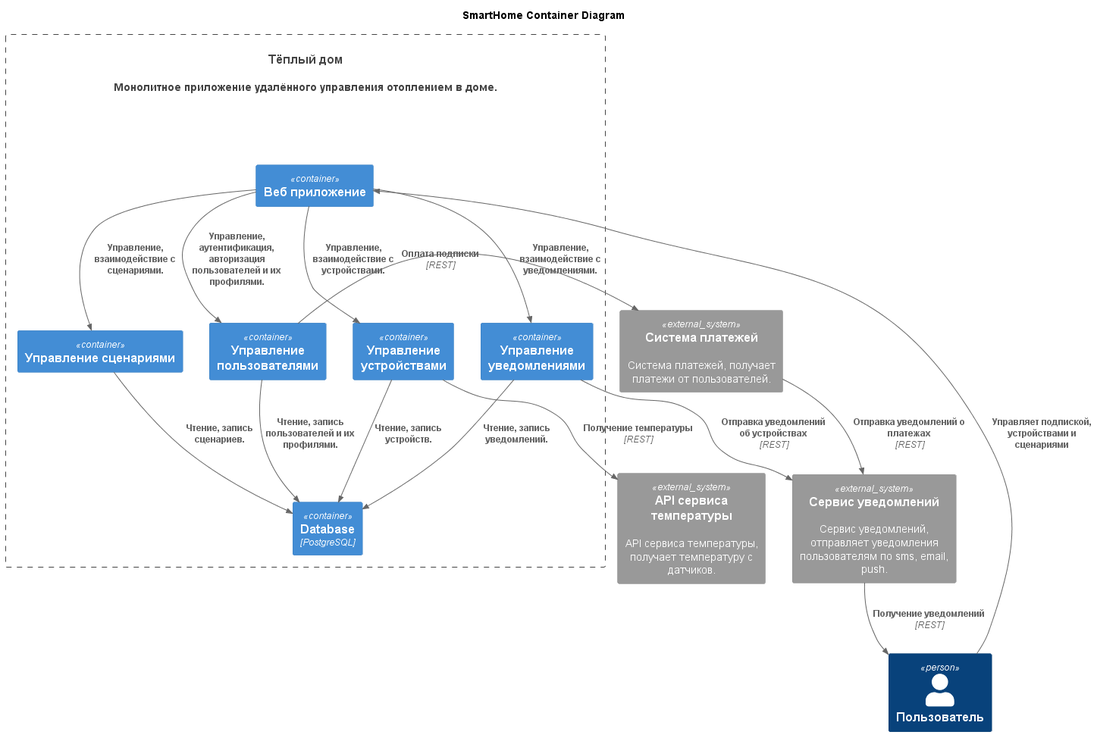
Before: apps/diagrams/container/container.png, a diagram exported from PlantUML (yaspichihin/ydx_arch_sprint_1).
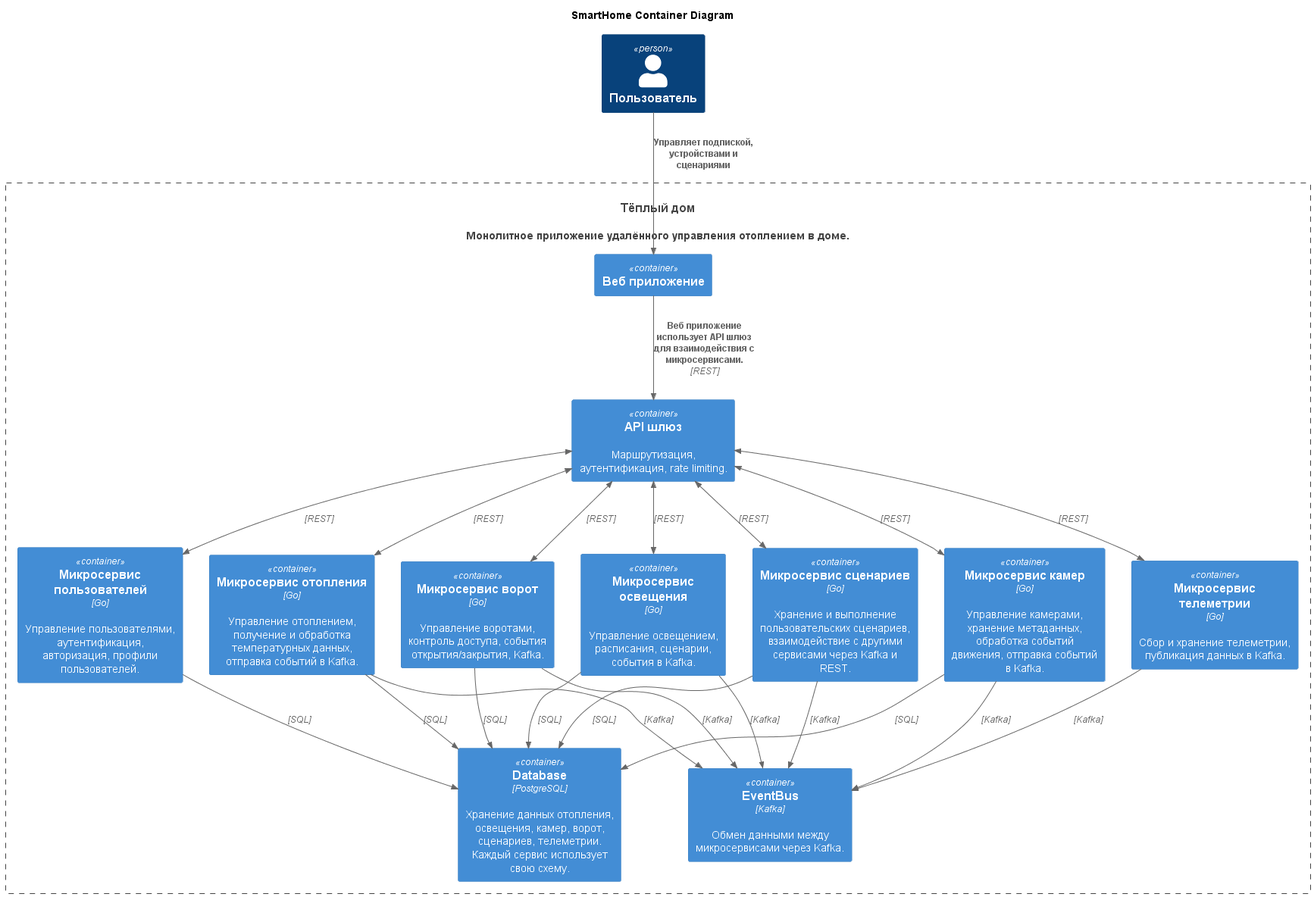
The same file after the commit.

What changed in the source:
```diff
@@ -1,5 +1,4 @@
 @startuml
-
 title SmartHome Container Diagram
 top to bottom direction
 
@@ -12,33 +11,42 @@
 System(smarthome_app, "Тёплый дом", "Монолитное приложение удалённого управления отоплением в доме.")
 Container_Boundary(smarthome_app, "Система умного дома") {
   Container(smarthome_web, "Веб приложение")
-  Container(smarthome_device, "Управление устройствами")
-  Container(smarthome_script, "Управление сценариями")
-  Container(smarthome_notification, "Управление уведомлениями")
-  Container(smarthome_user_profile, "Управление пользователями")
-  Container(smarthome_database, "Database", "PostgreSQL")
+  Container(smarthome_api_gateway, "API шлюз", "", "Маршрутизация, аутентификация, rate limiting.")
+  Container(smarthome_heating, "Микросервис отопления", "Go", "Управление отоплением, получение и обработка температурных данных, отправка событий в Kafka.")
+  Container(smarthome_light, "Микросервис освещения", "Go", "Управление освещением, расписания, сценарии, события в Kafka.")
+  Container(smarthome_camera, "Микросервис камер", "Go", "Управление камерами, хранение метаданных, обработка событий движения, отправка событий в Kafka.")
+  Container(smarthome_gate, "Микросервис ворот", "Go", "Управление воротами, контроль доступа, события открытия/закрытия, Kafka.")
+  Container(smarthome_script, "Микросервис сценариев", "Go", "Хранение и выполнение пользовательских сценариев, взаимодействие с другими сервисами через Kafka и REST.")
+  Container(smarthome_telemetry, "Микросервис телеметрии", "Go", "Сбор и хранение телеметрии, публикация данных в Kafka.")
+  Container(smarthome_user_profile, "Микросервис пользователей", "Go", "Управление пользователями, аутентификация, авторизация, профили пользователей.")
+  Container(smarthome_stream, "EventBus", "Kafka", "Обмен данными между микросервисами через Kafka.")
+  Container(smarthome_database, "Database", "PostgreSQL", "Хранение данных отопления, освещения, камер, ворот, сценариев, телеметрии. Каждый сервис использует свою схему.")
 }
-System_Ext(temperature_service, "API сервиса температуры", "API сервиса температуры, получает температуру с датчиков.")
-System_Ext(payment_system, "Система платежей", "Система платежей, получает платежи от пользователей.")
-System_Ext(notification_system, "Сервис уведомлений", "Сервис уведомлений, отправляет уведомления пользователям по sms, email, push.")
 
+Rel_D(smarthome_user, smarthome_web, "Управляет подпиской, устройствами и сценариями")
+Rel_D(smarthome_web, smarthome_api_gateway, "Веб приложение использует API шлюз для взаимодействия с микросервисами.", "REST")
 
-Rel(smarthome_user, smarthome_web, "Управляет подпиской, устройствами и сценариями")
-Rel(smarthome_web, smarthome_user_profile, "Управление, аутентификация, авторизация пользователей и их профилями.")
-Rel(smarthome_web, smarthome_device, "Управление, взаимодействие с устройствами.")
-Rel(smarthome_web, smarthome_script, "Управление, взаимодействие с сценариями.")
-Rel(smarthome_web, smarthome_notification, "Управление, взаимодействие с уведомлениями.")
+BiRel_D(smarthome_api_gateway, smarthome_heating, "", "REST")
+BiRel_D(smarthome_api_gateway, smarthome_light, "", "REST")
+BiRel_D(smarthome_api_gateway, smarthome_camera, "", "REST")
+BiRel_D(smarthome_api_gateway, smarthome_gate, "", "REST")
+BiRel_D(smarthome_api_gateway, smarthome_script, "", "REST")
+BiRel_D(smarthome_api_gateway, smarthome_telemetry, "", "REST")
+BiRel_D(smarthome_api_gateway, smarthome_user_profile, "", "REST")
 
-Rel(smarthome_user_profile, smarthome_database, "Чтение, запись пользователей и их профилями.")
-Rel(smarthome_device, smarthome_database, "Чтение, запись устройств.")
-Rel(smarthome_script, smarthome_database, "Чтение, запись сценариев.")
-Rel(smarthome_notification, smarthome_database, "Чтение, запись уведомлений.")
+Rel_D(smarthome_heating, smarthome_database, "", "SQL")
+Rel_D(smarthome_light, smarthome_database, "", "SQL")
+Rel_D(smarthome_camera, smarthome_database, "", "SQL")
+Rel_D(smarthome_gate, smarthome_database, "", "SQL")
+Rel_D(smarthome_script, smarthome_database, "", "SQL")
+Rel_D(smarthome_user_profile, smarthome_database, "", "SQL")
 
-Rel(smarthome_device, temperature_service, "Получение температуры", "REST")
-Rel(smarthome_user_profile, payment_system, "Оплата подписки", "REST")
+Rel_D(smarthome_heating, smarthome_stream, "", "Kafka")
+Rel_D(smarthome_light, smarthome_stream, "", "Kafka")
+Rel_D(smarthome_camera, smarthome_stream, "", "Kafka")
+Rel_D(smarthome_gate, smarthome_stream, "", "Kafka")
+Rel_D(smarthome_script, smarthome_stream, "", "Kafka")
+Rel_D(smarthome_telemetry, smarthome_stream, "", "Kafka")
 
-Rel(payment_system, notification_system, "Отправка уведомлений о платежах", "REST")
-Rel(smarthome_notification, notification_system, "Отправка уведомлений об устройствах", "REST")
-Rel(notification_system, smarthome_user, "Получение уведомлений", "REST")
-
+Lay_R(smarthome_database, smarthome_stream)
 @enduml
```
